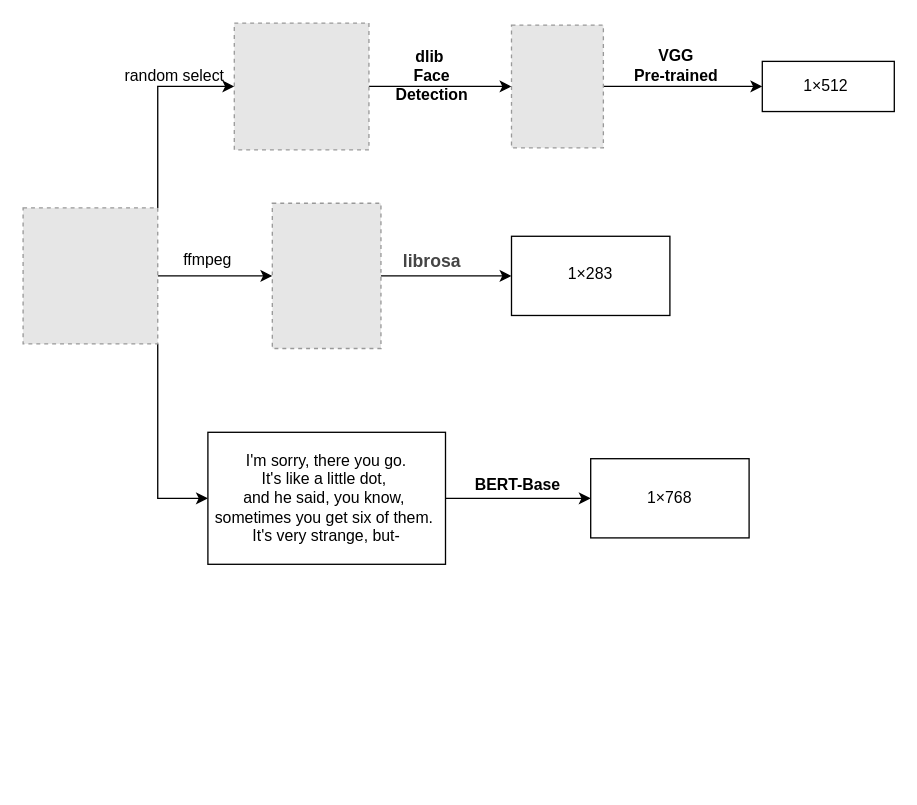
wangjiwu/Unity keeps this draw.io diagram as feature_extration.drawio. Above is the earlier version. Source tidied: cells renumbered, new cells numbered last; positions are measured from the earlier drawing's top-left corner, leaving out a move shared by most shapes. Both pictures are drawn from the tidied source at 132%, with x=0, y=0 at pixel (22, 22). Pictures stored in the file or linked from it are replaced by grey dashed boxes.
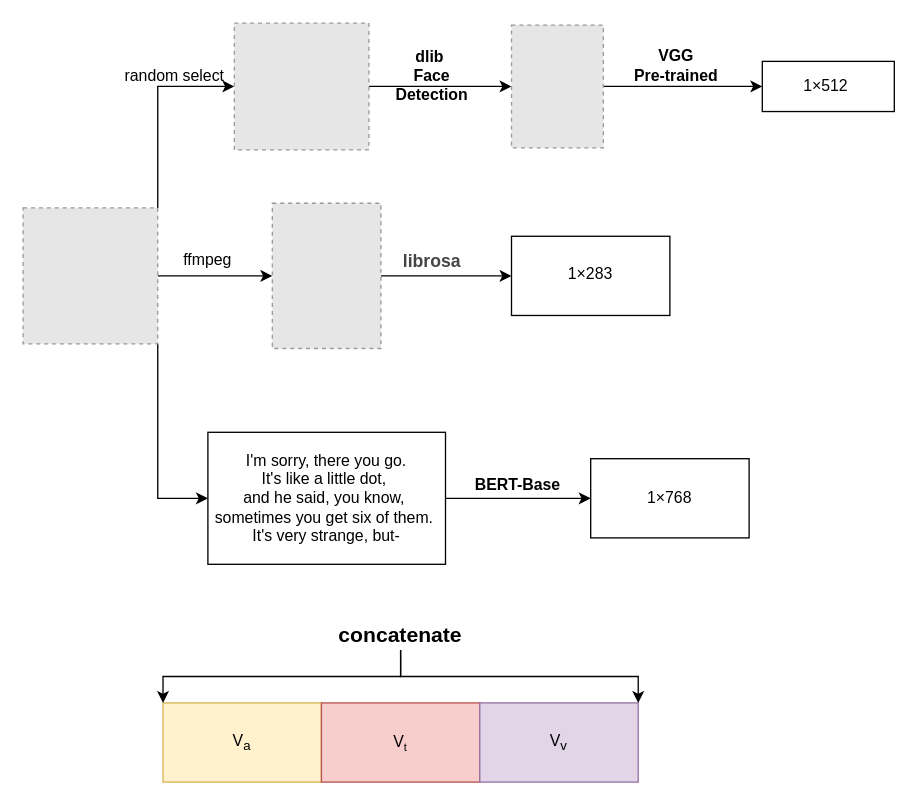
The same page after the edit.

What changed in the source:
```diff
@@
+    <mxCell id="23" value="V&lt;sub&gt;a&lt;/sub&gt;" style="rounded=0;whiteSpace=wrap;html=1;fillColor=#fff2cc;strokeColor=#d6b656;" parent="1" vertex="1">
+      <mxGeometry x="106" y="515" width="120" height="60" as="geometry" />
+    </mxCell>
+    <mxCell id="24" value="V&lt;span style=&quot;font-size: 10px&quot;&gt;&lt;sub&gt;t&lt;/sub&gt;&lt;/span&gt;" style="rounded=0;whiteSpace=wrap;html=1;fillColor=#f8cecc;strokeColor=#b85450;" parent="1" vertex="1">
+      <mxGeometry x="226" y="515" width="120" height="60" as="geometry" />
+    </mxCell>
+    <mxCell id="25" value="V&lt;sub&gt;v&lt;/sub&gt;" style="rounded=0;whiteSpace=wrap;html=1;fillColor=#e1d5e7;strokeColor=#9673a6;" parent="1" vertex="1">
+      <mxGeometry x="346" y="515" width="120" height="60" as="geometry" />
+    </mxCell>
+    <mxCell id="26" style="edgeStyle=orthogonalEdgeStyle;rounded=0;jettySize=auto;html=1;entryX=0;entryY=0;entryDx=0;entryDy=0;" parent="1" edge="1" source="28" target="23">
+      <mxGeometry relative="1" as="geometry" />
+    </mxCell>
+    <mxCell id="27" style="edgeStyle=orthogonalEdgeStyle;rounded=0;jettySize=auto;html=1;entryX=1;entryY=0;entryDx=0;entryDy=0;" parent="1" edge="1" source="28" target="25">
+      <mxGeometry relative="1" as="geometry" />
+    </mxCell>
+    <mxCell id="28" value="&lt;b style=&quot;font-size: 16px;&quot;&gt;concatenate&lt;/b&gt;" style="text;whiteSpace=wrap;html=1;align=center;fontSize=16;" parent="1" vertex="1">
+      <mxGeometry x="216" y="447" width="140" height="28" as="geometry" />
+    </mxCell>
```
